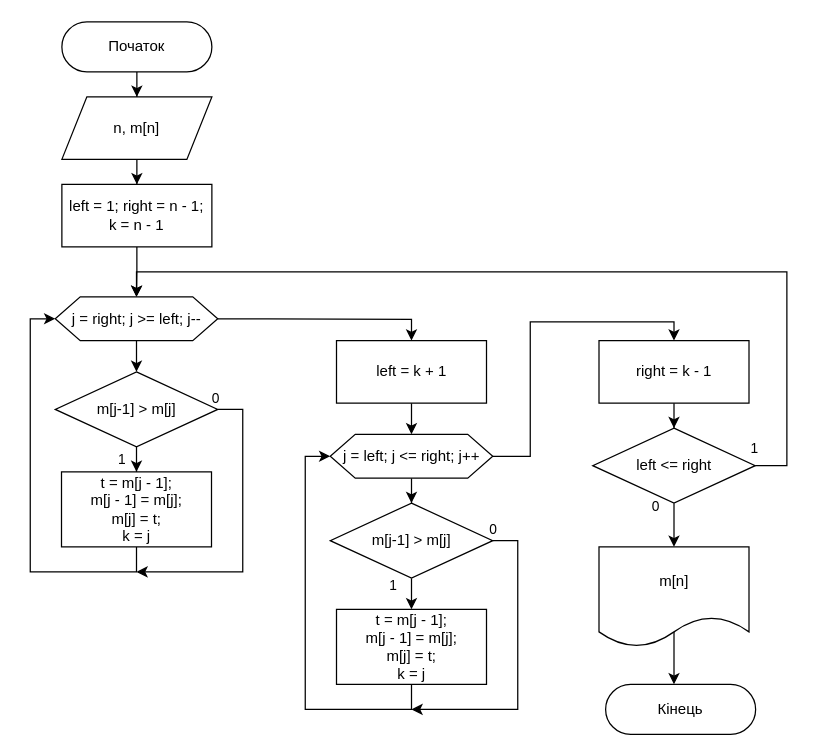
Before: LR2/LR2.drawio in BronievM/KPI-ACM, a draw.io diagram. Source tidied: cells renumbered, new cells numbered last; positions are measured from the earlier drawing's top-left corner, leaving out a move shared by most shapes. Both pictures are drawn from the tidied source at 125%, with x=0, y=0 at pixel (30, 21).
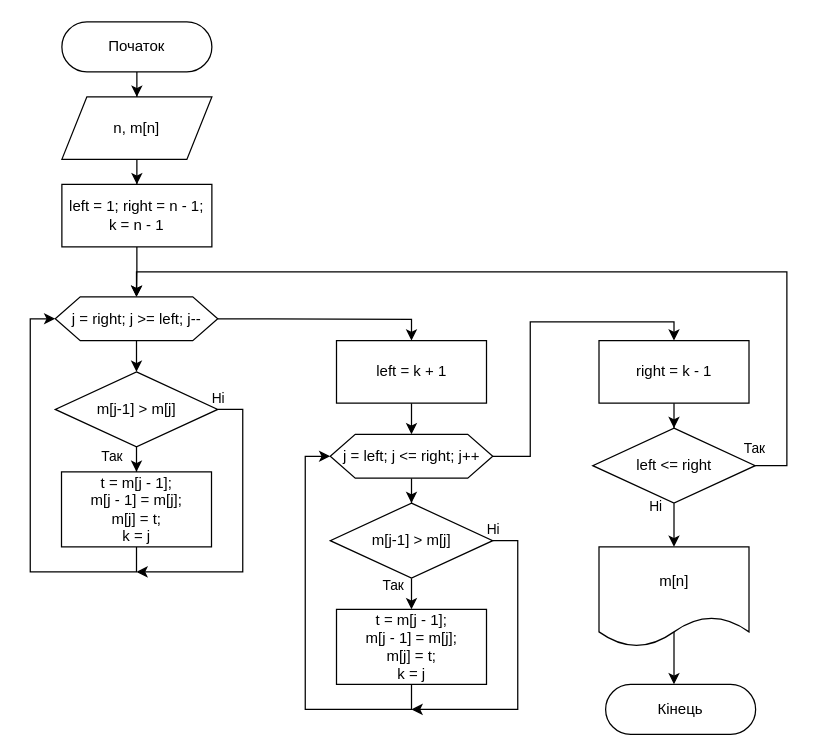
Above is the later version.

Unchanged cells that the change refers to:
```xml
<mxCell id="11" style="edgeStyle=orthogonalEdgeStyle;rounded=0;jettySize=auto;html=1;entryX=0.5;entryY=0;entryDx=0;entryDy=0;" parent="1" edge="1" source="15" target="17">
  <mxGeometry relative="1" as="geometry" />
</mxCell>
<mxCell id="13" style="edgeStyle=orthogonalEdgeStyle;rounded=0;jettySize=auto;html=1;" parent="1" edge="1" source="15">
  <mxGeometry relative="1" as="geometry">
    <mxPoint x="84.7" y="440" as="targetPoint" />
    <Array as="points">
      <mxPoint x="169.7" y="310" />
      <mxPoint x="169.7" y="440" />
      <mxPoint x="84.7" y="440" />
    </Array>
  </mxGeometry>
</mxCell>
<mxCell id="18" style="edgeStyle=orthogonalEdgeStyle;rounded=0;jettySize=auto;html=1;entryX=0.5;entryY=0;entryDx=0;entryDy=0;" parent="1" edge="1" source="22" target="24">
  <mxGeometry relative="1" as="geometry" />
</mxCell>
<mxCell id="20" style="edgeStyle=orthogonalEdgeStyle;rounded=0;jettySize=auto;html=1;" parent="1" edge="1" source="22">
  <mxGeometry relative="1" as="geometry">
    <mxPoint x="304.7" y="550" as="targetPoint" />
    <Array as="points">
      <mxPoint x="389.7" y="415" />
      <mxPoint x="389.7" y="550" />
    </Array>
  </mxGeometry>
</mxCell>
<mxCell id="32" style="edgeStyle=orthogonalEdgeStyle;rounded=0;jettySize=auto;html=1;entryX=0.5;entryY=0;entryDx=0;entryDy=0;" parent="1" edge="1" source="36" target="10">
  <mxGeometry relative="1" as="geometry">
    <Array as="points">
      <mxPoint x="605" y="355" />
      <mxPoint x="605" y="200" />
      <mxPoint x="85" y="200" />
    </Array>
  </mxGeometry>
</mxCell>
<mxCell id="34" style="edgeStyle=orthogonalEdgeStyle;rounded=0;jettySize=auto;html=1;entryX=0.5;entryY=0;entryDx=0;entryDy=0;" parent="1" edge="1" source="36">
  <mxGeometry relative="1" as="geometry">
    <mxPoint x="514.7" y="420" as="targetPoint" />
  </mxGeometry>
</mxCell>
```

The edit, as a diff of the source:
```diff
@@
-    <mxCell id="12" value="1" style="edgeLabel;html=1;align=center;verticalAlign=middle;" parent="11" vertex="1">
+    <mxCell id="12" value="Так" style="edgeLabel;html=1;align=center;verticalAlign=middle;" parent="11" vertex="1">
       <mxGeometry x="-0.54" y="1" relative="1" as="geometry">
-        <mxPoint x="-13" y="-5" as="offset" />
+        <mxPoint x="-21" y="-7" as="offset" />
       </mxGeometry>
     </mxCell>
@@
-    <mxCell id="14" value="0" style="edgeLabel;html=1;align=center;verticalAlign=middle;" parent="13" vertex="1">
+    <mxCell id="14" value="Ні" style="edgeLabel;html=1;align=center;verticalAlign=middle;" parent="13" vertex="1">
       <mxGeometry x="-0.91" y="1" relative="1" as="geometry">
-        <mxPoint x="-13" y="-9" as="offset" />
+        <mxPoint x="-11" y="-9" as="offset" />
       </mxGeometry>
     </mxCell>
@@
-    <mxCell id="19" value="1" style="edgeLabel;html=1;align=center;verticalAlign=middle;" parent="18" vertex="1">
+    <mxCell id="19" value="Так" style="edgeLabel;html=1;align=center;verticalAlign=middle;" parent="18" vertex="1">
       <mxGeometry x="-0.54" y="1" relative="1" as="geometry">
         <mxPoint x="-16" y="-8" as="offset" />
       </mxGeometry>
     </mxCell>
@@
-    <mxCell id="21" value="0" style="edgeLabel;html=1;align=center;verticalAlign=middle;" parent="20" vertex="1">
+    <mxCell id="21" value="Ні" style="edgeLabel;html=1;align=center;verticalAlign=middle;" parent="20" vertex="1">
       <mxGeometry x="-0.96" y="1" relative="1" as="geometry">
         <mxPoint x="-5" y="-9" as="offset" />
       </mxGeometry>
     </mxCell>
@@
-    <mxCell id="33" value="1" style="edgeLabel;html=1;align=center;verticalAlign=middle;" parent="32" vertex="1">
+    <mxCell id="33" value="Так" style="edgeLabel;html=1;align=center;verticalAlign=middle;" parent="32" vertex="1">
       <mxGeometry x="-0.95" y="-2" relative="1" as="geometry">
         <mxPoint x="-19" y="-17" as="offset" />
       </mxGeometry>
     </mxCell>
@@
-    <mxCell id="35" value="0" style="edgeLabel;html=1;align=center;verticalAlign=middle;" parent="34" vertex="1">
+    <mxCell id="35" value="Ні" style="edgeLabel;html=1;align=center;verticalAlign=middle;" parent="34" vertex="1">
       <mxGeometry x="-0.47" y="-1" relative="1" as="geometry">
         <mxPoint x="-14" y="-7" as="offset" />
       </mxGeometry>
     </mxCell>
```
